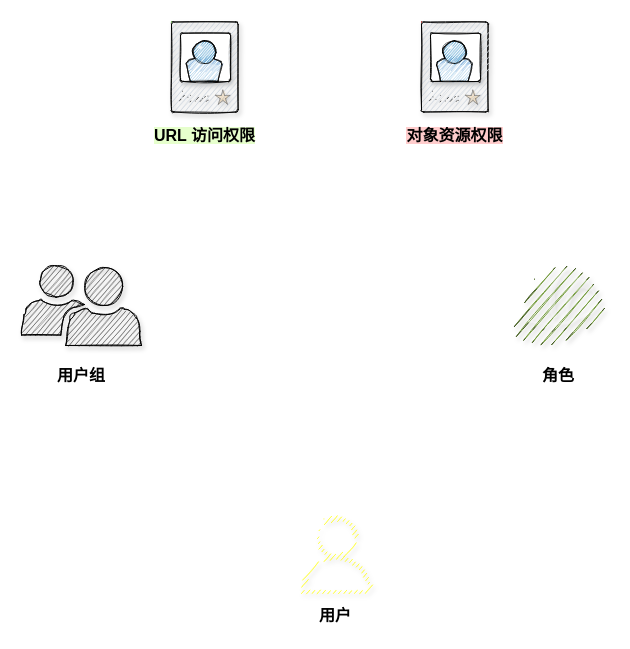
Earlier version of the draw.io diagram HIS-RBAC-AssignPermission.drawio (YuanchenZhu2020/DrawIO). Source tidied: cells renumbered, new cells numbered last; positions are measured from the earlier drawing's top-left corner, leaving out a move shared by most shapes. Both pictures are drawn from the tidied source at 100%, with x=0, y=0 at pixel (21, 21).
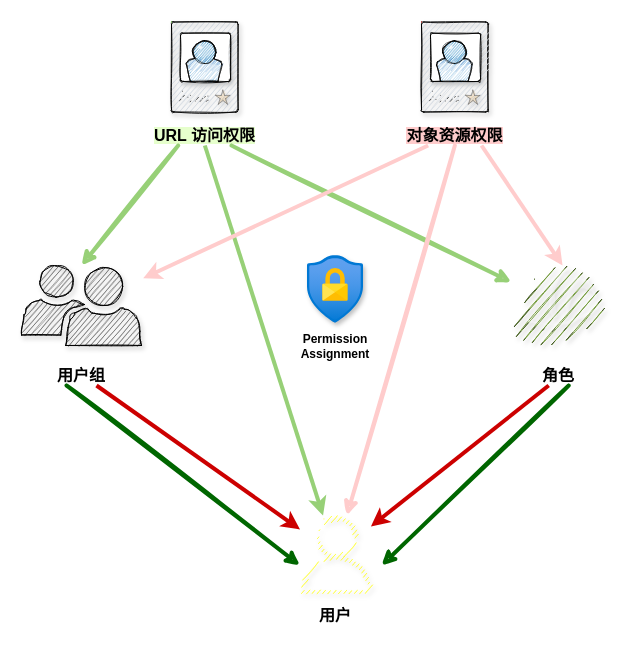
Above is the later version.

Unchanged cells that the change refers to:
```xml
<mxCell id="4" value="&lt;b&gt;&lt;font style=&quot;font-size: 16px ; background-color: rgb(230 , 255 , 204)&quot;&gt;URL 访问权限&lt;/font&gt;&lt;/b&gt;" style="text;html=1;strokeColor=none;fillColor=none;align=center;verticalAlign=middle;whiteSpace=wrap;rounded=0;shadow=1;sketch=1;" parent="2" vertex="1">
  <mxGeometry y="103.5" width="106.7" height="20" as="geometry" />
</mxCell>
<mxCell id="7" value="&lt;b&gt;&lt;font style=&quot;font-size: 16px ; background-color: rgb(255 , 204 , 204)&quot;&gt;对象资源权限&lt;/font&gt;&lt;/b&gt;" style="text;html=1;strokeColor=none;fillColor=none;align=center;verticalAlign=middle;whiteSpace=wrap;rounded=0;shadow=1;sketch=1;" parent="5" vertex="1">
  <mxGeometry y="103.5" width="106.7" height="20" as="geometry" />
</mxCell>
<mxCell id="9" style="shadow=1;html=1;labelPosition=center;verticalLabelPosition=bottom;verticalAlign=top;align=center;fillColor=#505050;shape=mxgraph.mscae.intune.user_group;sketch=1;strokeWidth=1;" parent="8" vertex="1">
  <mxGeometry width="120" height="80" as="geometry" />
</mxCell>
<mxCell id="10" value="&lt;b&gt;&lt;font style=&quot;font-size: 16px&quot;&gt;用户组&lt;/font&gt;&lt;/b&gt;" style="text;html=1;strokeColor=none;fillColor=none;align=center;verticalAlign=middle;whiteSpace=wrap;rounded=0;shadow=1;sketch=1;" parent="8" vertex="1">
  <mxGeometry x="30" y="100" width="60" height="20" as="geometry" />
</mxCell>
<mxCell id="12" style="outlineConnect=0;dashed=0;verticalLabelPosition=bottom;verticalAlign=top;align=center;html=1;shape=mxgraph.aws3.role;fillColor=#759C3E;gradientColor=none;shadow=1;sketch=1;strokeColor=#000000;strokeWidth=2;" parent="11" vertex="1">
  <mxGeometry width="94.5" height="79.5" as="geometry" />
</mxCell>
<mxCell id="13" value="&lt;b&gt;&lt;font style=&quot;font-size: 16px&quot;&gt;角色&lt;/font&gt;&lt;/b&gt;" style="text;html=1;strokeColor=none;fillColor=none;align=center;verticalAlign=middle;whiteSpace=wrap;rounded=0;shadow=1;sketch=1;" parent="11" vertex="1">
  <mxGeometry x="27.2" y="100" width="40" height="20" as="geometry" />
</mxCell>
<mxCell id="15" style="outlineConnect=0;fontColor=#232F3E;gradientColor=none;dashed=0;verticalLabelPosition=bottom;verticalAlign=top;align=center;html=1;fontSize=12;fontStyle=0;shape=mxgraph.aws4.user;shadow=1;sketch=1;fillColor=#FFFF00;" parent="14" vertex="1">
  <mxGeometry width="78" height="78" as="geometry" />
</mxCell>
```

The edit, as a diff of the source:
```diff
@@
+    <mxCell id="17" style="endArrow=classic;html=1;entryX=0.5;entryY=0;entryDx=0;entryDy=0;entryPerimeter=0;strokeWidth=4;shadow=0;sketch=1;exitX=0.25;exitY=1;exitDx=0;exitDy=0;strokeColor=#97D077;" parent="1" edge="1" source="4" target="9">
+      <mxGeometry relative="1" as="geometry" />
+    </mxCell>
+    <mxCell id="18" style="endArrow=classic;html=1;shadow=0;strokeWidth=4;sketch=1;exitX=0.25;exitY=1;exitDx=0;exitDy=0;entryX=0;entryY=0.641;entryDx=0;entryDy=0;entryPerimeter=0;strokeColor=#006600;" parent="1" edge="1" source="10" target="15">
+      <mxGeometry relative="1" as="geometry" />
+    </mxCell>
+    <mxCell id="19" style="endArrow=classic;html=1;shadow=0;strokeColor=#97D077;strokeWidth=4;sketch=1;exitX=0.75;exitY=1;exitDx=0;exitDy=0;" parent="1" edge="1" source="4" target="12">
+      <mxGeometry relative="1" as="geometry" />
+    </mxCell>
+    <mxCell id="20" style="endArrow=classic;html=1;shadow=0;strokeColor=#97D077;strokeWidth=4;exitX=0.5;exitY=1;exitDx=0;exitDy=0;" parent="1" edge="1" source="4" target="15">
+      <mxGeometry relative="1" as="geometry" />
+    </mxCell>
+    <mxCell id="21" style="endArrow=classic;html=1;shadow=0;strokeWidth=4;sketch=1;exitX=0.75;exitY=1;exitDx=0;exitDy=0;strokeColor=#006600;" parent="1" edge="1" source="13">
+      <mxGeometry relative="1" as="geometry">
+        <mxPoint x="360" y="544" as="targetPoint" />
+      </mxGeometry>
+    </mxCell>
+    <mxCell id="22" style="endArrow=classic;html=1;shadow=0;strokeWidth=4;strokeColor=#FFCCCC;exitX=0.25;exitY=1;exitDx=0;exitDy=0;entryX=1.014;entryY=0.16;entryDx=0;entryDy=0;entryPerimeter=0;" parent="1" edge="1" source="7" target="9">
+      <mxGeometry relative="1" as="geometry" />
+    </mxCell>
+    <mxCell id="23" style="endArrow=classic;html=1;shadow=0;strokeColor=#FFCCCC;strokeWidth=4;sketch=1;exitX=0.5;exitY=1;exitDx=0;exitDy=0;" parent="1" edge="1" source="7" target="15">
+      <mxGeometry relative="1" as="geometry" />
+    </mxCell>
+    <mxCell id="24" style="endArrow=classic;html=1;shadow=0;strokeColor=#FFCCCC;strokeWidth=4;exitX=0.75;exitY=1;exitDx=0;exitDy=0;entryX=0.54;entryY=0;entryDx=0;entryDy=0;entryPerimeter=0;" parent="1" edge="1" source="7" target="12">
+      <mxGeometry relative="1" as="geometry" />
+    </mxCell>
+    <mxCell id="25" style="endArrow=classic;html=1;shadow=0;strokeWidth=4;exitX=0.75;exitY=1;exitDx=0;exitDy=0;strokeColor=#CC0000;" parent="1" edge="1" source="10" target="15">
+      <mxGeometry relative="1" as="geometry" />
+    </mxCell>
+    <mxCell id="26" style="endArrow=classic;html=1;shadow=0;strokeWidth=4;exitX=0.25;exitY=1;exitDx=0;exitDy=0;strokeColor=#CC0000;" parent="1" edge="1" source="13" target="15">
+      <mxGeometry relative="1" as="geometry" />
+    </mxCell>
+    <mxCell id="27" style="group;" parent="1" vertex="1">
+      <mxGeometry x="272" y="234" width="84" height="112" as="geometry" />
+    </mxCell>
+    <mxCell id="28" style="html=1;align=center;image;fontSize=12;image=img/lib/azure2/security/Conditional_Access.svg;shadow=1;sketch=1;strokeColor=#000000;strokeWidth=2;fillColor=#FFFF00;gradientColor=none;" parent="27" vertex="1">
+      <mxGeometry x="14" width="56" height="68" as="geometry" />
+    </mxCell>
+    <mxCell id="29" value="&lt;b&gt;Permission Assignment&lt;/b&gt;" style="text;html=1;strokeColor=none;fillColor=none;align=center;verticalAlign=middle;whiteSpace=wrap;rounded=0;shadow=1;sketch=1;" parent="27" vertex="1">
+      <mxGeometry y="70" width="84" height="42" as="geometry" />
+    </mxCell>
```
